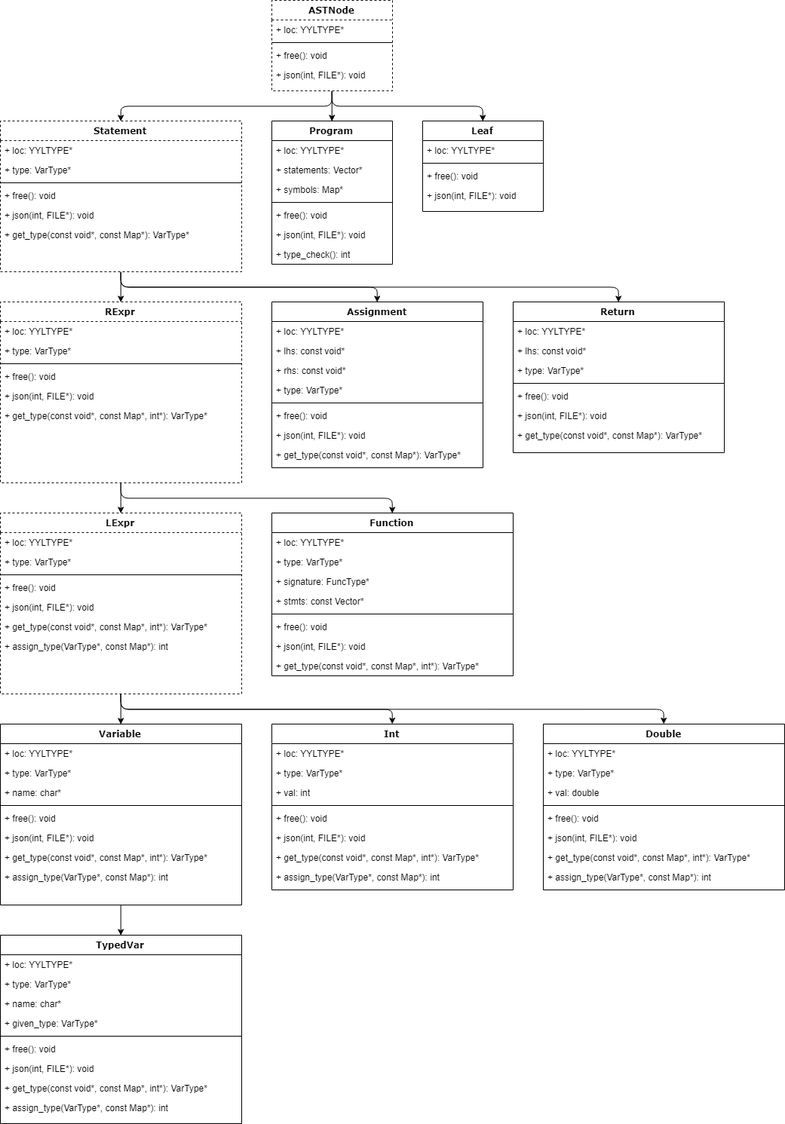
The draw.io diagram doc/ASTHierarchy.png in taylor-santos/Tlang, before a commit. Source tidied: cells renumbered, new cells last; positions are measured from the earlier drawing's top-left corner, leaving out a move shared by most shapes.
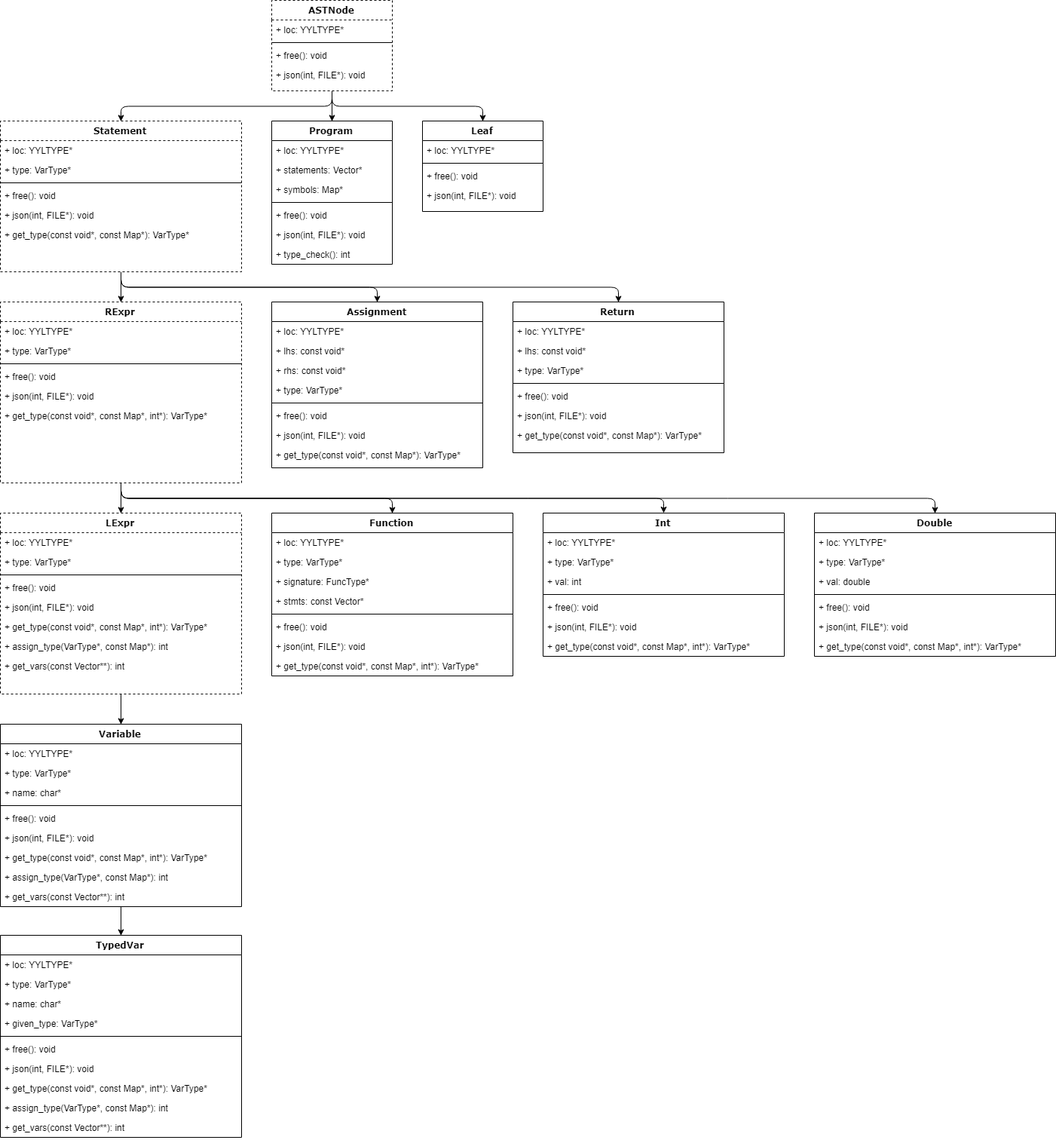
After the change.

The edit, as a diff of the source:
```diff
@@ -128,6 +128,12 @@
     <mxCell id="43" style="edgeStyle=orthogonalEdgeStyle;rounded=1;jettySize=auto;html=1;exitX=0.5;exitY=1;exitDx=0;exitDy=0;entryX=0.5;entryY=0;entryDx=0;entryDy=0;" parent="1" edge="1" source="44" target="108">
       <mxGeometry relative="1" as="geometry" />
     </mxCell>
+    <mxCell id="117" style="edgeStyle=orthogonalEdgeStyle;rounded=1;jettySize=auto;html=1;exitX=0.5;exitY=1;exitDx=0;exitDy=0;" parent="1" edge="1" source="44" target="82">
+      <mxGeometry relative="1" as="geometry" />
+    </mxCell>
+    <mxCell id="118" style="edgeStyle=orthogonalEdgeStyle;rounded=1;jettySize=auto;html=1;exitX=0.5;exitY=1;exitDx=0;exitDy=0;entryX=0.5;entryY=0;entryDx=0;entryDy=0;" parent="1" edge="1" source="44" target="91">
+      <mxGeometry relative="1" as="geometry" />
+    </mxCell>
     <mxCell id="44" value="RExpr" style="swimlane;html=1;fontStyle=1;align=center;verticalAlign=top;horizontal=1;startSize=26;swimlaneFillColor=#ffffff;rounded=0;shadow=0;comic=0;labelBackgroundColor=none;strokeColor=#000000;strokeWidth=1;fillColor=none;fontFamily=Verdana;fontSize=12;fontColor=#000000;dashed=1;" parent="1" vertex="1">
       <mxGeometry y="400" width="320" height="240" as="geometry" />
     </mxCell>
@@ -152,12 +158,6 @@
     <mxCell id="51" style="edgeStyle=orthogonalEdgeStyle;rounded=1;jettySize=auto;html=1;exitX=0.5;exitY=1;exitDx=0;exitDy=0;entryX=0.5;entryY=0;entryDx=0;entryDy=0;" parent="1" edge="1" source="54" target="63">
       <mxGeometry relative="1" as="geometry" />
     </mxCell>
-    <mxCell id="52" style="edgeStyle=orthogonalEdgeStyle;rounded=1;jettySize=auto;html=1;exitX=0.5;exitY=1;exitDx=0;exitDy=0;" parent="1" edge="1" source="54" target="82">
-      <mxGeometry relative="1" as="geometry" />
-    </mxCell>
-    <mxCell id="53" style="edgeStyle=orthogonalEdgeStyle;rounded=1;jettySize=auto;html=1;exitX=0.5;exitY=1;exitDx=0;exitDy=0;" parent="1" edge="1" source="54" target="91">
-      <mxGeometry relative="1" as="geometry" />
-    </mxCell>
     <mxCell id="54" value="LExpr" style="swimlane;html=1;fontStyle=1;align=center;verticalAlign=top;horizontal=1;startSize=26;swimlaneFillColor=#ffffff;rounded=0;shadow=0;comic=0;labelBackgroundColor=none;strokeColor=#000000;strokeWidth=1;fillColor=none;fontFamily=Verdana;fontSize=12;fontColor=#000000;dashed=1;" parent="1" vertex="1">
       <mxGeometry y="680" width="320" height="240" as="geometry" />
     </mxCell>
@@ -182,11 +182,14 @@
     <mxCell id="61" value="+ assign_type(VarType*, const Map*): int&lt;br&gt;" style="text;html=1;strokeColor=none;fillColor=none;align=left;verticalAlign=top;spacingLeft=4;spacingRight=4;whiteSpace=wrap;overflow=hidden;" parent="54" vertex="1">
       <mxGeometry y="164" width="320" height="26" as="geometry" />
     </mxCell>
+    <mxCell id="119" value="+ get_vars(const Vector**): int&lt;br&gt;" style="text;html=1;strokeColor=none;fillColor=none;align=left;verticalAlign=top;spacingLeft=4;spacingRight=4;whiteSpace=wrap;overflow=hidden;" parent="54" vertex="1">
+      <mxGeometry y="190" width="320" height="26" as="geometry" />
+    </mxCell>
     <mxCell id="62" style="edgeStyle=orthogonalEdgeStyle;rounded=1;jettySize=auto;html=1;exitX=0.5;exitY=1;exitDx=0;exitDy=0;entryX=0.5;entryY=0;entryDx=0;entryDy=0;" parent="1" edge="1" source="63" target="72">
       <mxGeometry relative="1" as="geometry" />
     </mxCell>
     <mxCell id="63" value="Variable" style="swimlane;html=1;fontStyle=1;align=center;verticalAlign=top;horizontal=1;startSize=26;swimlaneFillColor=#ffffff;rounded=0;shadow=0;comic=0;labelBackgroundColor=none;strokeColor=#000000;strokeWidth=1;fillColor=none;fontFamily=Verdana;fontSize=12;fontColor=#000000;" parent="1" vertex="1">
-      <mxGeometry y="960" width="320" height="240" as="geometry" />
+      <mxGeometry y="960" width="320" height="242" as="geometry" />
     </mxCell>
     <mxCell id="64" value="+ loc: YYLTYPE*" style="text;html=1;strokeColor=none;fillColor=none;align=left;verticalAlign=top;spacingLeft=4;spacingRight=4;whiteSpace=wrap;overflow=hidden;" parent="63" vertex="1">
       <mxGeometry y="26" width="320" height="26" as="geometry" />
@@ -212,8 +215,11 @@
     <mxCell id="71" value="+ assign_type(VarType*, const Map*): int&lt;br&gt;" style="text;html=1;strokeColor=none;fillColor=none;align=left;verticalAlign=top;spacingLeft=4;spacingRight=4;whiteSpace=wrap;overflow=hidden;" parent="63" vertex="1">
       <mxGeometry y="190" width="320" height="26" as="geometry" />
     </mxCell>
+    <mxCell id="120" value="+ get_vars(const Vector**): int&lt;br&gt;" style="text;html=1;strokeColor=none;fillColor=none;align=left;verticalAlign=top;spacingLeft=4;spacingRight=4;whiteSpace=wrap;overflow=hidden;" parent="63" vertex="1">
+      <mxGeometry y="216" width="320" height="26" as="geometry" />
+    </mxCell>
     <mxCell id="72" value="TypedVar&lt;br&gt;" style="swimlane;html=1;fontStyle=1;align=center;verticalAlign=top;horizontal=1;startSize=26;swimlaneFillColor=#ffffff;rounded=0;shadow=0;comic=0;labelBackgroundColor=none;strokeColor=#000000;strokeWidth=1;fillColor=none;fontFamily=Verdana;fontSize=12;fontColor=#000000;" parent="1" vertex="1">
-      <mxGeometry y="1240" width="320" height="250" as="geometry" />
+      <mxGeometry y="1240" width="320" height="268" as="geometry" />
     </mxCell>
     <mxCell id="73" value="+ loc: YYLTYPE*" style="text;html=1;strokeColor=none;fillColor=none;align=left;verticalAlign=top;spacingLeft=4;spacingRight=4;whiteSpace=wrap;overflow=hidden;" parent="72" vertex="1">
       <mxGeometry y="26" width="320" height="26" as="geometry" />
@@ -242,8 +248,11 @@
     <mxCell id="81" value="+ assign_type(VarType*, const Map*): int&lt;br&gt;" style="text;html=1;strokeColor=none;fillColor=none;align=left;verticalAlign=top;spacingLeft=4;spacingRight=4;whiteSpace=wrap;overflow=hidden;" parent="72" vertex="1">
       <mxGeometry y="216" width="320" height="26" as="geometry" />
     </mxCell>
+    <mxCell id="121" value="+ get_vars(const Vector**): int&lt;br&gt;" style="text;html=1;strokeColor=none;fillColor=none;align=left;verticalAlign=top;spacingLeft=4;spacingRight=4;whiteSpace=wrap;overflow=hidden;" parent="72" vertex="1">
+      <mxGeometry y="242" width="320" height="26" as="geometry" />
+    </mxCell>
     <mxCell id="82" value="Int" style="swimlane;html=1;fontStyle=1;align=center;verticalAlign=top;horizontal=1;startSize=26;swimlaneFillColor=#ffffff;rounded=0;shadow=0;comic=0;labelBackgroundColor=none;strokeColor=#000000;strokeWidth=1;fillColor=none;fontFamily=Verdana;fontSize=12;fontColor=#000000;" parent="1" vertex="1">
-      <mxGeometry x="360" y="960" width="320" height="220" as="geometry" />
+      <mxGeometry x="720" y="680" width="320" height="190" as="geometry" />
     </mxCell>
     <mxCell id="83" value="+ loc: YYLTYPE*" style="text;html=1;strokeColor=none;fillColor=none;align=left;verticalAlign=top;spacingLeft=4;spacingRight=4;whiteSpace=wrap;overflow=hidden;" parent="82" vertex="1">
       <mxGeometry y="26" width="320" height="26" as="geometry" />
@@ -266,11 +275,8 @@
     <mxCell id="89" value="+ get_type(const void*, const Map*, int*): VarType*&lt;br&gt;" style="text;html=1;strokeColor=none;fillColor=none;align=left;verticalAlign=top;spacingLeft=4;spacingRight=4;whiteSpace=wrap;overflow=hidden;" parent="82" vertex="1">
       <mxGeometry y="164" width="320" height="26" as="geometry" />
     </mxCell>
-    <mxCell id="90" value="+ assign_type(VarType*, const Map*): int&lt;br&gt;" style="text;html=1;strokeColor=none;fillColor=none;align=left;verticalAlign=top;spacingLeft=4;spacingRight=4;whiteSpace=wrap;overflow=hidden;" parent="82" vertex="1">
-      <mxGeometry y="190" width="320" height="26" as="geometry" />
-    </mxCell>
     <mxCell id="91" value="Double&lt;br&gt;" style="swimlane;html=1;fontStyle=1;align=center;verticalAlign=top;horizontal=1;startSize=26;swimlaneFillColor=#ffffff;rounded=0;shadow=0;comic=0;labelBackgroundColor=none;strokeColor=#000000;strokeWidth=1;fillColor=none;fontFamily=Verdana;fontSize=12;fontColor=#000000;" parent="1" vertex="1">
-      <mxGeometry x="720" y="960" width="320" height="220" as="geometry" />
+      <mxGeometry x="1080" y="680" width="320" height="190" as="geometry" />
     </mxCell>
     <mxCell id="92" value="+ loc: YYLTYPE*" style="text;html=1;strokeColor=none;fillColor=none;align=left;verticalAlign=top;spacingLeft=4;spacingRight=4;whiteSpace=wrap;overflow=hidden;" parent="91" vertex="1">
       <mxGeometry y="26" width="320" height="26" as="geometry" />
@@ -293,9 +299,6 @@
     <mxCell id="98" value="+ get_type(const void*, const Map*, int*): VarType*&lt;br&gt;" style="text;html=1;strokeColor=none;fillColor=none;align=left;verticalAlign=top;spacingLeft=4;spacingRight=4;whiteSpace=wrap;overflow=hidden;" parent="91" vertex="1">
       <mxGeometry y="164" width="320" height="26" as="geometry" />
     </mxCell>
-    <mxCell id="99" value="+ assign_type(VarType*, const Map*): int&lt;br&gt;" style="text;html=1;strokeColor=none;fillColor=none;align=left;verticalAlign=top;spacingLeft=4;spacingRight=4;whiteSpace=wrap;overflow=hidden;" parent="91" vertex="1">
-      <mxGeometry y="190" width="320" height="26" as="geometry" />
-    </mxCell>
     <mxCell id="100" value="Return" style="swimlane;html=1;fontStyle=1;align=center;verticalAlign=top;horizontal=1;startSize=26;swimlaneFillColor=#ffffff;rounded=0;shadow=0;comic=0;labelBackgroundColor=none;strokeColor=#000000;strokeWidth=1;fillColor=none;fontFamily=Verdana;fontSize=12;fontColor=#000000;" parent="1" vertex="1">
       <mxGeometry x="680" y="400" width="280" height="200" as="geometry" />
     </mxCell>
```
